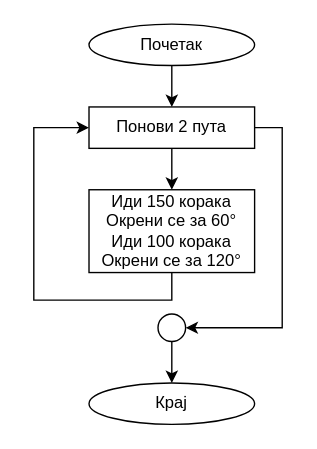
Above: Paralelogram.drawio in fuzzy978/Algoritmi (draw.io), before the change. Source tidied: cells renumbered, new cells numbered last; positions are measured from the earlier drawing's top-left corner, leaving out a move shared by most shapes. Both pictures are drawn from the tidied source at 138%, with x=0, y=0 at pixel (33, 23).
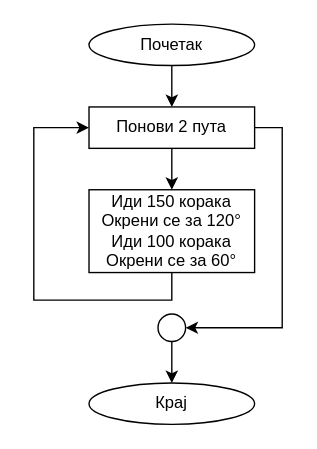
Above is the later version.

Diff of the diagram source:
```diff
@@
 <mxGraphModel>
   <root>
     <mxCell id="0" />
     <mxCell id="1" parent="0" />
     <mxCell id="2" style="edgeStyle=orthogonalEdgeStyle;rounded=0;jettySize=auto;html=1;exitX=0.5;exitY=1;exitDx=0;exitDy=0;entryX=0.5;entryY=1;entryDx=0;entryDy=0;" parent="1" edge="1" source="3">
       <mxGeometry relative="1" as="geometry">
         <mxPoint x="100" y="60" as="targetPoint" />
       </mxGeometry>
     </mxCell>
     <mxCell id="3" value="Почетак" style="ellipse;whiteSpace=wrap;html=1;" parent="1" vertex="1">
       <mxGeometry x="40" width="120" height="30" as="geometry" />
     </mxCell>
     <mxCell id="4" value="Крај" style="ellipse;whiteSpace=wrap;html=1;" parent="1" vertex="1">
       <mxGeometry x="40" y="260" width="120" height="30" as="geometry" />
     </mxCell>
     <mxCell id="5" style="edgeStyle=orthogonalEdgeStyle;rounded=0;jettySize=auto;html=1;exitX=0.5;exitY=1;exitDx=0;exitDy=0;entryX=0.5;entryY=0;entryDx=0;entryDy=0;" parent="1" edge="1" source="6" target="4">
       <mxGeometry relative="1" as="geometry" />
     </mxCell>
     <mxCell id="6" style="ellipse;whiteSpace=wrap;html=1;" parent="1" vertex="1">
       <mxGeometry x="90" y="210" width="20" height="20" as="geometry" />
     </mxCell>
     <mxCell id="7" style="edgeStyle=orthogonalEdgeStyle;rounded=0;jettySize=auto;html=1;exitX=0.5;exitY=1;exitDx=0;exitDy=0;entryX=0.5;entryY=0;entryDx=0;entryDy=0;" parent="1" edge="1" source="9" target="10">
       <mxGeometry relative="1" as="geometry" />
     </mxCell>
     <mxCell id="8" style="edgeStyle=orthogonalEdgeStyle;rounded=0;jettySize=auto;html=1;exitX=1;exitY=0.5;exitDx=0;exitDy=0;entryX=1;entryY=0.5;entryDx=0;entryDy=0;" parent="1" edge="1" source="9" target="6">
       <mxGeometry relative="1" as="geometry" />
     </mxCell>
     <mxCell id="9" value="Понови 2 пута" style="rounded=0;whiteSpace=wrap;html=1;" parent="1" vertex="1">
       <mxGeometry x="40" y="60" width="120" height="30" as="geometry" />
     </mxCell>
-    <mxCell id="10" value="Иди 150 корака&lt;br&gt;Окрени се за 60°&lt;br&gt;Иди 100 корака&lt;br&gt;Окрени се за 120°" style="rounded=0;whiteSpace=wrap;html=1;" parent="1" vertex="1">
+    <mxCell id="10" value="Иди 150 корака&lt;br&gt;Окрени се за 120°&lt;br&gt;Иди 100 корака&lt;br&gt;Окрени се за 60°" style="rounded=0;whiteSpace=wrap;html=1;" parent="1" vertex="1">
       <mxGeometry x="40" y="120" width="120" height="60" as="geometry" />
     </mxCell>
     <mxCell id="11" style="edgeStyle=orthogonalEdgeStyle;rounded=0;jettySize=auto;html=1;exitX=0.5;exitY=1;exitDx=0;exitDy=0;entryX=0;entryY=0.5;entryDx=0;entryDy=0;" parent="1" edge="1" source="10" target="9">
       <mxGeometry relative="1" as="geometry">
         <Array as="points">
           <mxPoint x="100" y="200" />
           <mxPoint y="200" />
           <mxPoint y="75" />
         </Array>
       </mxGeometry>
     </mxCell>
   </root>
 </mxGraphModel>
```
